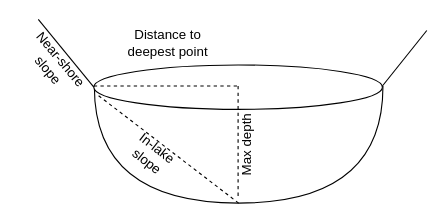
This is figures/slope_diagram.drawio from cont-limno/bathymetry, a draw.io file, before an edit. Source tidied: cells renumbered, new cells numbered last; positions are measured from the earlier drawing's top-left corner, leaving out a move shared by most shapes. Both pictures are drawn from the tidied source at 111%, with x=0, y=0 at pixel (16, 0).
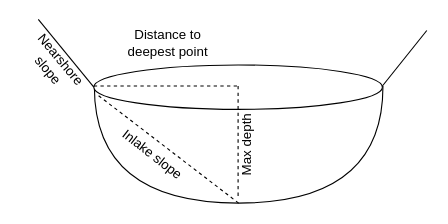
The same page after the edit.

Change to the diagram source:
```diff
@@
 <mxGraphModel>
   <root>
     <mxCell id="0" />
     <mxCell id="1" parent="0" />
     <mxCell id="2" style="shape=or;whiteSpace=wrap;html=1;rotation=90;" parent="1" vertex="1">
       <mxGeometry x="148" width="105" height="260" as="geometry" />
     </mxCell>
     <mxCell id="3" style="endArrow=none;dashed=1;html=1;entryX=0.01;entryY=0.66;entryDx=0;entryDy=0;entryPerimeter=0;exitX=1;exitY=0.5;exitDx=0;exitDy=0;exitPerimeter=0;" parent="1" edge="1" source="2" target="8">
       <mxGeometry relative="1" as="geometry" />
     </mxCell>
     <mxCell id="4" style="endArrow=none;html=1;exitX=0;exitY=0.5;exitDx=0;exitDy=0;" parent="1" edge="1" source="8">
       <mxGeometry relative="1" as="geometry">
         <mxPoint x="20" y="17" as="targetPoint" />
       </mxGeometry>
     </mxCell>
     <mxCell id="5" style="endArrow=none;html=1;" parent="1" edge="1">
       <mxGeometry relative="1" as="geometry">
         <mxPoint x="330" y="77" as="sourcePoint" />
         <mxPoint x="370" y="27" as="targetPoint" />
       </mxGeometry>
     </mxCell>
-    <mxCell id="6" value="In-lake slope" style="text;html=1;strokeColor=none;fillColor=none;align=center;verticalAlign=middle;whiteSpace=wrap;rounded=0;rotation=38;" parent="1" vertex="1">
+    <mxCell id="6" value="Inlake slope" style="text;html=1;strokeColor=none;fillColor=none;align=center;verticalAlign=middle;whiteSpace=wrap;rounded=0;rotation=38;" parent="1" vertex="1">
       <mxGeometry x="88" y="129" width="70" height="20" as="geometry" />
     </mxCell>
-    <mxCell id="7" value="Near-shore slope" style="text;html=1;strokeColor=none;fillColor=none;align=center;verticalAlign=middle;whiteSpace=wrap;rounded=0;rotation=50;" parent="1" vertex="1">
+    <mxCell id="7" value="Nearshore slope" style="text;html=1;strokeColor=none;fillColor=none;align=center;verticalAlign=middle;whiteSpace=wrap;rounded=0;rotation=50;" parent="1" vertex="1">
       <mxGeometry y="48" width="70" height="20" as="geometry" />
     </mxCell>
     <mxCell id="8" style="ellipse;whiteSpace=wrap;html=1;" parent="1" vertex="1">
       <mxGeometry x="70" y="58" width="260" height="40" as="geometry" />
     </mxCell>
     <mxCell id="9" style="endArrow=none;dashed=1;html=1;" parent="1" edge="1">
       <mxGeometry relative="1" as="geometry">
         <mxPoint x="70" y="77" as="sourcePoint" />
         <mxPoint x="200" y="77" as="targetPoint" />
       </mxGeometry>
     </mxCell>
     <mxCell id="10" style="endArrow=none;dashed=1;html=1;" parent="1" edge="1">
       <mxGeometry relative="1" as="geometry">
         <mxPoint x="200" y="77" as="sourcePoint" />
         <mxPoint x="200" y="177" as="targetPoint" />
       </mxGeometry>
     </mxCell>
     <mxCell id="11" value="Distance to deepest point" style="text;html=1;strokeColor=none;fillColor=none;align=center;verticalAlign=middle;whiteSpace=wrap;rounded=0;" parent="1" vertex="1">
       <mxGeometry x="90" y="28" width="94" height="20" as="geometry" />
     </mxCell>
     <mxCell id="12" value="Max depth" style="text;html=1;strokeColor=none;fillColor=none;align=center;verticalAlign=middle;whiteSpace=wrap;rounded=0;rotation=-90;" parent="1" vertex="1">
       <mxGeometry x="175" y="120" width="66" height="20" as="geometry" />
     </mxCell>
   </root>
 </mxGraphModel>
```
